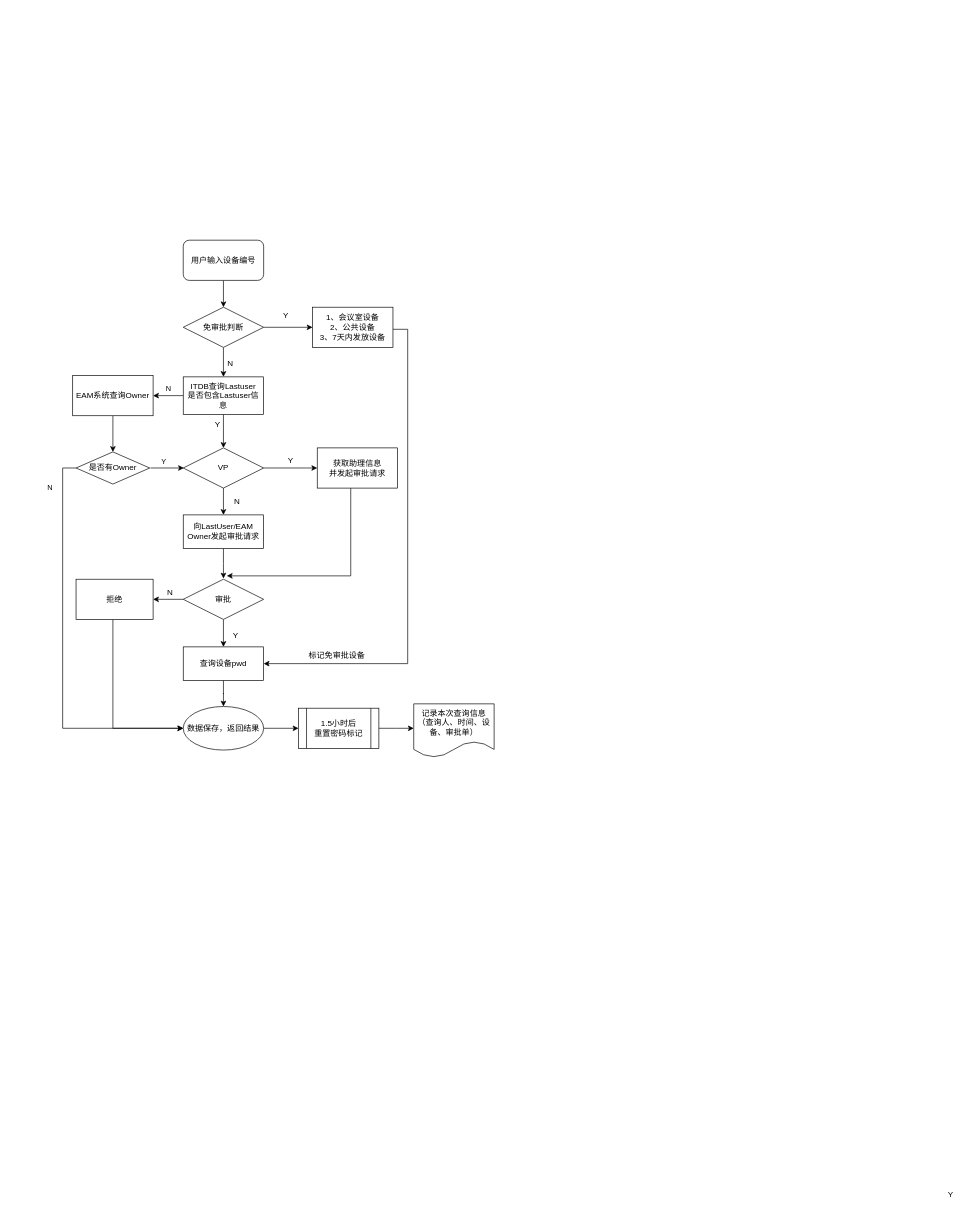
Earlier version of the draw.io diagram Laps xmind.drawio (heaquan/xmind). Source tidied: cells renumbered, new cells numbered last; positions are measured from the earlier drawing's top-left corner, leaving out a move shared by most shapes. Both pictures are drawn from the tidied source at 67%, with x=0, y=0 at pixel (62, 240).
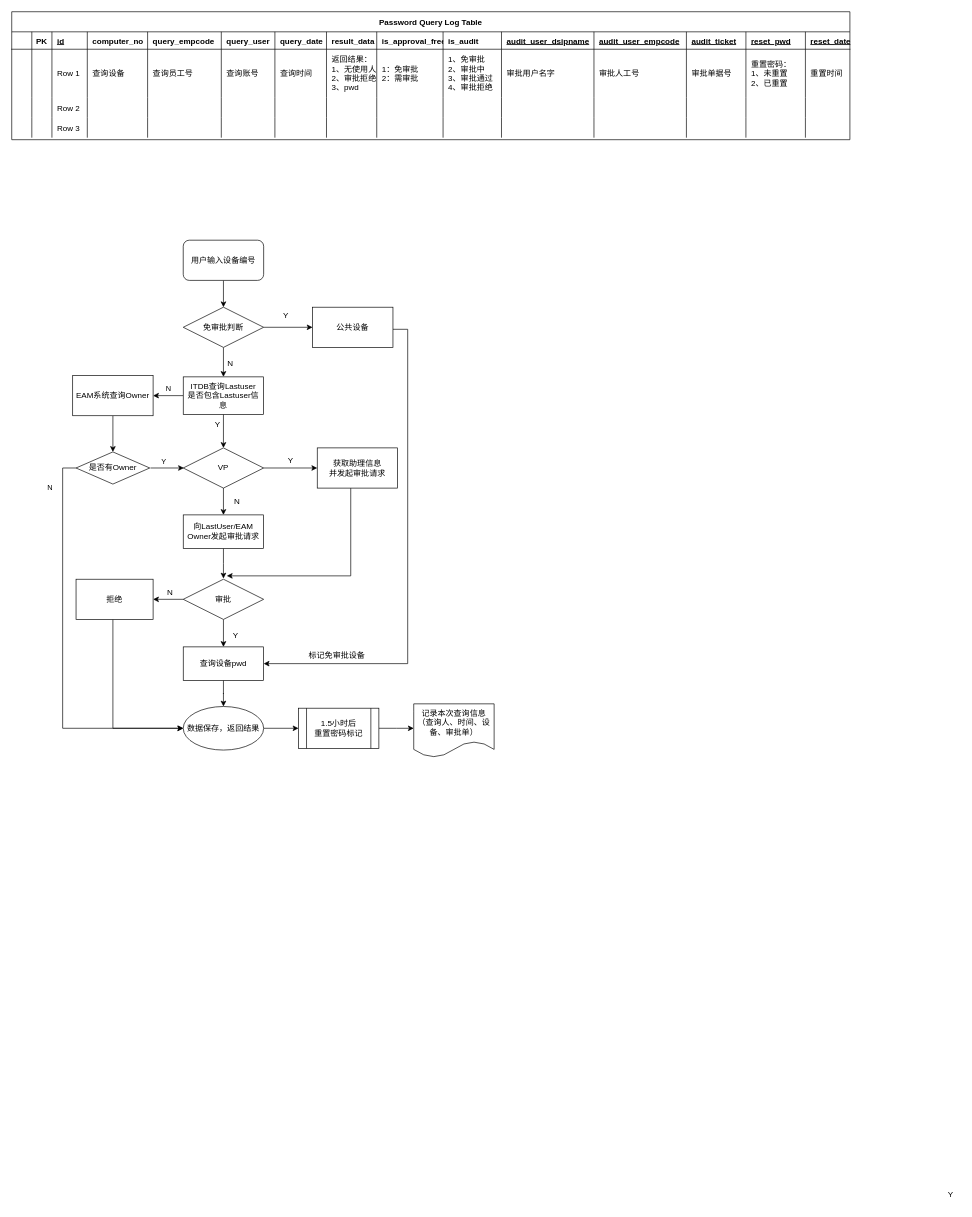
After the change.

Diff of the diagram source:
```diff
@@
-    <mxCell id="8" value="1、会议室设备&lt;br&gt;2、公共设备&lt;br&gt;3、7天内发放设备" style="whiteSpace=wrap;html=1;" parent="1" vertex="1">
+    <mxCell id="8" value="公共设备" style="whiteSpace=wrap;html=1;" parent="1" vertex="1">
       <mxGeometry x="373" y="100" width="120" height="60" as="geometry" />
     </mxCell>
@@
+    <mxCell id="47" value="Password Query Log Table" style="shape=table;startSize=30;childLayout=tableLayout;rowLines=0;fontStyle=1;align=center;" parent="1" vertex="1">
+      <mxGeometry x="-76" y="-341" width="1251" height="191" as="geometry" />
+    </mxCell>
+    <mxCell id="48" style="shape=tableRow;horizontal=0;startSize=0;swimlaneHead=0;swimlaneBody=0;fillColor=none;top=0;left=0;right=0;bottom=1;" parent="47" vertex="1">
+      <mxGeometry y="30" width="1251" height="26" as="geometry" />
+    </mxCell>
+    <mxCell id="49" style="shape=partialRectangle;fillColor=none;top=0;left=0;bottom=0;right=0;fontStyle=1;overflow=hidden;" parent="48" vertex="1">
+      <mxGeometry width="30" height="26" as="geometry" />
+    </mxCell>
+    <mxCell id="50" value="PK" style="shape=partialRectangle;fillColor=none;top=0;left=0;bottom=0;right=0;fontStyle=1;overflow=hidden;" parent="48" vertex="1">
+      <mxGeometry x="30" width="30" height="26" as="geometry" />
+    </mxCell>
+    <mxCell id="51" value="id" style="shape=partialRectangle;fillColor=none;top=0;left=0;bottom=0;right=0;align=left;spacingLeft=6;fontStyle=5;overflow=hidden;" parent="48" vertex="1">
+      <mxGeometry x="60" width="52.8" height="26" as="geometry" />
+    </mxCell>
+    <mxCell id="52" value="computer_no" style="shape=partialRectangle;fillColor=none;top=0;left=0;bottom=0;right=0;align=left;spacingLeft=6;fontStyle=1;overflow=hidden;" parent="48" vertex="1">
+      <mxGeometry x="112.8" width="90" height="26" as="geometry" />
+    </mxCell>
+    <mxCell id="53" value="query_empcode" style="shape=partialRectangle;fillColor=none;top=0;left=0;bottom=0;right=0;align=left;spacingLeft=6;fontStyle=1;overflow=hidden;" parent="48" vertex="1">
+      <mxGeometry x="202.8" width="110" height="26" as="geometry" />
+    </mxCell>
+    <mxCell id="54" value="query_user" style="shape=partialRectangle;fillColor=none;top=0;left=0;bottom=0;right=0;align=left;spacingLeft=6;fontStyle=1;overflow=hidden;" parent="48" vertex="1">
+      <mxGeometry x="312.8" width="80" height="26" as="geometry" />
+    </mxCell>
+    <mxCell id="55" value="query_date" style="shape=partialRectangle;fillColor=none;top=0;left=0;bottom=0;right=0;align=left;spacingLeft=6;fontStyle=1;overflow=hidden;" parent="48" vertex="1">
+      <mxGeometry x="392.8" width="77" height="26" as="geometry" />
+    </mxCell>
+    <mxCell id="56" value="result_data" style="shape=partialRectangle;fillColor=none;top=0;left=0;bottom=0;right=0;align=left;spacingLeft=6;fontStyle=1;overflow=hidden;" parent="48" vertex="1">
+      <mxGeometry x="469.8" width="75" height="26" as="geometry" />
+    </mxCell>
+    <mxCell id="57" value="is_approval_free" style="shape=partialRectangle;fillColor=none;top=0;left=0;bottom=0;right=0;align=left;spacingLeft=6;fontStyle=1;overflow=hidden;" parent="48" vertex="1">
+      <mxGeometry x="544.8" width="99" height="26" as="geometry" />
+    </mxCell>
+    <mxCell id="58" value="is_audit" style="shape=partialRectangle;fillColor=none;top=0;left=0;bottom=0;right=0;align=left;spacingLeft=6;fontStyle=1;overflow=hidden;" parent="48" vertex="1">
+      <mxGeometry x="643.8" width="87.2" height="26" as="geometry" />
+    </mxCell>
+    <mxCell id="59" value="audit_user_dsipname" style="shape=partialRectangle;fillColor=none;top=0;left=0;bottom=0;right=0;align=left;spacingLeft=6;fontStyle=5;overflow=hidden;" parent="48" vertex="1">
+      <mxGeometry x="731" width="138" height="26" as="geometry" />
+    </mxCell>
+    <mxCell id="60" value="audit_user_empcode" style="shape=partialRectangle;fillColor=none;top=0;left=0;bottom=0;right=0;align=left;spacingLeft=6;fontStyle=5;overflow=hidden;" parent="48" vertex="1">
+      <mxGeometry x="869" width="138" height="26" as="geometry" />
+    </mxCell>
+    <mxCell id="61" value="audit_ticket" style="shape=partialRectangle;fillColor=none;top=0;left=0;bottom=0;right=0;align=left;spacingLeft=6;fontStyle=5;overflow=hidden;" parent="48" vertex="1">
+      <mxGeometry x="1007" width="88.8" height="26" as="geometry" />
+    </mxCell>
+    <mxCell id="62" value="reset_pwd" style="shape=partialRectangle;fillColor=none;top=0;left=0;bottom=0;right=0;align=left;spacingLeft=6;fontStyle=5;overflow=hidden;" parent="48" vertex="1">
+      <mxGeometry x="1095.8" width="88.8" height="26" as="geometry" />
+    </mxCell>
+    <mxCell id="63" value="reset_date" style="shape=partialRectangle;fillColor=none;top=0;left=0;bottom=0;right=0;align=left;spacingLeft=6;fontStyle=5;overflow=hidden;" parent="48" vertex="1">
+      <mxGeometry x="1184.5" width="66.5" height="26" as="geometry" />
+    </mxCell>
+    <mxCell id="64" style="shape=tableRow;horizontal=0;startSize=0;swimlaneHead=0;swimlaneBody=0;fillColor=none;top=0;left=0;right=0;bottom=0;" parent="47" vertex="1">
+      <mxGeometry y="56" width="1251" height="72" as="geometry" />
+    </mxCell>
+    <mxCell id="65" style="shape=partialRectangle;fillColor=none;top=0;left=0;bottom=0;right=0;overflow=hidden;" parent="64" vertex="1">
+      <mxGeometry width="30" height="72" as="geometry" />
+    </mxCell>
+    <mxCell id="66" style="shape=partialRectangle;fillColor=none;top=0;left=0;bottom=0;right=0;overflow=hidden;" parent="64" vertex="1">
+      <mxGeometry x="30" width="30" height="72" as="geometry" />
+    </mxCell>
+    <mxCell id="67" value="Row 1" style="shape=partialRectangle;fillColor=none;top=0;left=0;bottom=0;right=0;align=left;spacingLeft=6;overflow=hidden;" parent="64" vertex="1">
+      <mxGeometry x="60" width="52.8" height="72" as="geometry" />
+    </mxCell>
+    <mxCell id="68" value="查询设备" style="shape=partialRectangle;fillColor=none;top=0;left=0;bottom=0;right=0;align=left;spacingLeft=6;overflow=hidden;" parent="64" vertex="1">
+      <mxGeometry x="112.8" width="90" height="72" as="geometry" />
+    </mxCell>
+    <mxCell id="69" value="查询员工号        " style="shape=partialRectangle;fillColor=none;top=0;left=0;bottom=0;right=0;align=left;spacingLeft=6;overflow=hidden;" parent="64" vertex="1">
+      <mxGeometry x="202.8" width="110" height="72" as="geometry" />
+    </mxCell>
+    <mxCell id="70" value="查询账号" style="shape=partialRectangle;fillColor=none;top=0;left=0;bottom=0;right=0;align=left;spacingLeft=6;overflow=hidden;" parent="64" vertex="1">
+      <mxGeometry x="312.8" width="80" height="72" as="geometry" />
+    </mxCell>
+    <mxCell id="71" value="查询时间" style="shape=partialRectangle;fillColor=none;top=0;left=0;bottom=0;right=0;align=left;spacingLeft=6;overflow=hidden;" parent="64" vertex="1">
+      <mxGeometry x="392.8" width="77" height="72" as="geometry" />
+    </mxCell>
+    <mxCell id="72" value="返回结果：&#10;1、无使用人&#10;2、审批拒绝&#10;3、pwd" style="shape=partialRectangle;fillColor=none;top=0;left=0;bottom=0;right=0;align=left;spacingLeft=6;overflow=hidden;" parent="64" vertex="1">
+      <mxGeometry x="469.8" width="75" height="72" as="geometry" />
+    </mxCell>
+    <mxCell id="73" value="1：免审批&#10;2：需审批" style="shape=partialRectangle;fillColor=none;top=0;left=0;bottom=0;right=0;align=left;spacingLeft=6;overflow=hidden;" parent="64" vertex="1">
+      <mxGeometry x="544.8" width="99" height="72" as="geometry" />
+    </mxCell>
+    <mxCell id="74" value="1、免审批&#10;2、审批中&#10;3、审批通过&#10;4、审批拒绝" style="shape=partialRectangle;fillColor=none;top=0;left=0;bottom=0;right=0;align=left;spacingLeft=6;overflow=hidden;" parent="64" vertex="1">
+      <mxGeometry x="643.8" width="87.2" height="72" as="geometry" />
+    </mxCell>
+    <mxCell id="75" value="审批用户名字" style="shape=partialRectangle;fillColor=none;top=0;left=0;bottom=0;right=0;align=left;spacingLeft=6;overflow=hidden;" parent="64" vertex="1">
+      <mxGeometry x="731" width="138" height="72" as="geometry" />
+    </mxCell>
+    <mxCell id="76" value="审批人工号" style="shape=partialRectangle;fillColor=none;top=0;left=0;bottom=0;right=0;align=left;spacingLeft=6;overflow=hidden;" parent="64" vertex="1">
+      <mxGeometry x="869" width="138" height="72" as="geometry" />
+    </mxCell>
+    <mxCell id="77" value="审批单据号" style="shape=partialRectangle;fillColor=none;top=0;left=0;bottom=0;right=0;align=left;spacingLeft=6;overflow=hidden;" parent="64" vertex="1">
+      <mxGeometry x="1007" width="88.8" height="72" as="geometry" />
+    </mxCell>
+    <mxCell id="78" value="重置密码：&#10;1、未重置&#10;2、已重置" style="shape=partialRectangle;fillColor=none;top=0;left=0;bottom=0;right=0;align=left;spacingLeft=6;overflow=hidden;" parent="64" vertex="1">
+      <mxGeometry x="1095.8" width="88.8" height="72" as="geometry" />
+    </mxCell>
+    <mxCell id="79" value="重置时间" style="shape=partialRectangle;fillColor=none;top=0;left=0;bottom=0;right=0;align=left;spacingLeft=6;overflow=hidden;" parent="64" vertex="1">
+      <mxGeometry x="1184.5" width="66.5" height="72" as="geometry" />
+    </mxCell>
+    <mxCell id="80" style="shape=tableRow;horizontal=0;startSize=0;swimlaneHead=0;swimlaneBody=0;fillColor=none;top=0;left=0;right=0;bottom=0;" parent="47" vertex="1">
+      <mxGeometry y="128" width="1251" height="30" as="geometry" />
+    </mxCell>
+    <mxCell id="81" style="shape=partialRectangle;fillColor=none;top=0;left=0;bottom=0;right=0;overflow=hidden;" parent="80" vertex="1">
+      <mxGeometry width="30" height="30" as="geometry" />
+    </mxCell>
+    <mxCell id="82" style="shape=partialRectangle;fillColor=none;top=0;left=0;bottom=0;right=0;overflow=hidden;" parent="80" vertex="1">
+      <mxGeometry x="30" width="30" height="30" as="geometry" />
+    </mxCell>
+    <mxCell id="83" value="Row 2" style="shape=partialRectangle;fillColor=none;top=0;left=0;bottom=0;right=0;align=left;spacingLeft=6;overflow=hidden;" parent="80" vertex="1">
+      <mxGeometry x="60" width="52.8" height="30" as="geometry" />
+    </mxCell>
+    <mxCell id="84" style="shape=partialRectangle;fillColor=none;top=0;left=0;bottom=0;right=0;align=left;spacingLeft=6;overflow=hidden;" parent="80" vertex="1">
+      <mxGeometry x="112.8" width="90" height="30" as="geometry" />
+    </mxCell>
+    <mxCell id="85" style="shape=partialRectangle;fillColor=none;top=0;left=0;bottom=0;right=0;align=left;spacingLeft=6;overflow=hidden;" parent="80" vertex="1">
+      <mxGeometry x="202.8" width="110" height="30" as="geometry" />
+    </mxCell>
+    <mxCell id="86" style="shape=partialRectangle;fillColor=none;top=0;left=0;bottom=0;right=0;align=left;spacingLeft=6;overflow=hidden;" parent="80" vertex="1">
+      <mxGeometry x="312.8" width="80" height="30" as="geometry" />
+    </mxCell>
+    <mxCell id="87" style="shape=partialRectangle;fillColor=none;top=0;left=0;bottom=0;right=0;align=left;spacingLeft=6;overflow=hidden;" parent="80" vertex="1">
+      <mxGeometry x="392.8" width="77" height="30" as="geometry" />
+    </mxCell>
+    <mxCell id="88" style="shape=partialRectangle;fillColor=none;top=0;left=0;bottom=0;right=0;align=left;spacingLeft=6;overflow=hidden;" parent="80" vertex="1">
+      <mxGeometry x="469.8" width="75" height="30" as="geometry" />
+    </mxCell>
+    <mxCell id="89" style="shape=partialRectangle;fillColor=none;top=0;left=0;bottom=0;right=0;align=left;spacingLeft=6;overflow=hidden;" parent="80" vertex="1">
+      <mxGeometry x="544.8" width="99" height="30" as="geometry" />
+    </mxCell>
+    <mxCell id="90" style="shape=partialRectangle;fillColor=none;top=0;left=0;bottom=0;right=0;align=left;spacingLeft=6;overflow=hidden;" parent="80" vertex="1">
+      <mxGeometry x="643.8" width="87.2" height="30" as="geometry" />
+    </mxCell>
+    <mxCell id="91" style="shape=partialRectangle;fillColor=none;top=0;left=0;bottom=0;right=0;align=left;spacingLeft=6;overflow=hidden;" parent="80" vertex="1">
+      <mxGeometry x="731" width="138" height="30" as="geometry" />
+    </mxCell>
+    <mxCell id="92" style="shape=partialRectangle;fillColor=none;top=0;left=0;bottom=0;right=0;align=left;spacingLeft=6;overflow=hidden;" parent="80" vertex="1">
+      <mxGeometry x="869" width="138" height="30" as="geometry" />
+    </mxCell>
+    <mxCell id="93" style="shape=partialRectangle;fillColor=none;top=0;left=0;bottom=0;right=0;align=left;spacingLeft=6;overflow=hidden;" parent="80" vertex="1">
+      <mxGeometry x="1007" width="88.8" height="30" as="geometry" />
+    </mxCell>
+    <mxCell id="94" style="shape=partialRectangle;fillColor=none;top=0;left=0;bottom=0;right=0;align=left;spacingLeft=6;overflow=hidden;" parent="80" vertex="1">
+      <mxGeometry x="1095.8" width="88.8" height="30" as="geometry" />
+    </mxCell>
+    <mxCell id="95" style="shape=partialRectangle;fillColor=none;top=0;left=0;bottom=0;right=0;align=left;spacingLeft=6;overflow=hidden;" parent="80" vertex="1">
+      <mxGeometry x="1184.5" width="66.5" height="30" as="geometry" />
+    </mxCell>
+    <mxCell id="96" style="shape=tableRow;horizontal=0;startSize=0;swimlaneHead=0;swimlaneBody=0;fillColor=none;top=0;left=0;right=0;bottom=0;" parent="47" vertex="1">
+      <mxGeometry y="158" width="1251" height="30" as="geometry" />
+    </mxCell>
+    <mxCell id="97" style="shape=partialRectangle;fillColor=none;top=0;left=0;bottom=0;right=0;overflow=hidden;" parent="96" vertex="1">
+      <mxGeometry width="30" height="30" as="geometry" />
+    </mxCell>
+    <mxCell id="98" style="shape=partialRectangle;fillColor=none;top=0;left=0;bottom=0;right=0;overflow=hidden;" parent="96" vertex="1">
+      <mxGeometry x="30" width="30" height="30" as="geometry" />
+    </mxCell>
+    <mxCell id="99" value="Row 3" style="shape=partialRectangle;fillColor=none;top=0;left=0;bottom=0;right=0;align=left;spacingLeft=6;overflow=hidden;" parent="96" vertex="1">
+      <mxGeometry x="60" width="52.8" height="30" as="geometry" />
+    </mxCell>
+    <mxCell id="100" style="shape=partialRectangle;fillColor=none;top=0;left=0;bottom=0;right=0;align=left;spacingLeft=6;overflow=hidden;" parent="96" vertex="1">
+      <mxGeometry x="112.8" width="90" height="30" as="geometry" />
+    </mxCell>
+    <mxCell id="101" style="shape=partialRectangle;fillColor=none;top=0;left=0;bottom=0;right=0;align=left;spacingLeft=6;overflow=hidden;" parent="96" vertex="1">
+      <mxGeometry x="202.8" width="110" height="30" as="geometry" />
+    </mxCell>
+    <mxCell id="102" style="shape=partialRectangle;fillColor=none;top=0;left=0;bottom=0;right=0;align=left;spacingLeft=6;overflow=hidden;" parent="96" vertex="1">
+      <mxGeometry x="312.8" width="80" height="30" as="geometry" />
+    </mxCell>
+    <mxCell id="103" style="shape=partialRectangle;fillColor=none;top=0;left=0;bottom=0;right=0;align=left;spacingLeft=6;overflow=hidden;" parent="96" vertex="1">
+      <mxGeometry x="392.8" width="77" height="30" as="geometry" />
+    </mxCell>
+    <mxCell id="104" style="shape=partialRectangle;fillColor=none;top=0;left=0;bottom=0;right=0;align=left;spacingLeft=6;overflow=hidden;" parent="96" vertex="1">
+      <mxGeometry x="469.8" width="75" height="30" as="geometry" />
+    </mxCell>
+    <mxCell id="105" style="shape=partialRectangle;fillColor=none;top=0;left=0;bottom=0;right=0;align=left;spacingLeft=6;overflow=hidden;" parent="96" vertex="1">
+      <mxGeometry x="544.8" width="99" height="30" as="geometry" />
+    </mxCell>
+    <mxCell id="106" style="shape=partialRectangle;fillColor=none;top=0;left=0;bottom=0;right=0;align=left;spacingLeft=6;overflow=hidden;" parent="96" vertex="1">
+      <mxGeometry x="643.8" width="87.2" height="30" as="geometry" />
+    </mxCell>
+    <mxCell id="107" style="shape=partialRectangle;fillColor=none;top=0;left=0;bottom=0;right=0;align=left;spacingLeft=6;overflow=hidden;" parent="96" vertex="1">
+      <mxGeometry x="731" width="138" height="30" as="geometry" />
+    </mxCell>
+    <mxCell id="108" style="shape=partialRectangle;fillColor=none;top=0;left=0;bottom=0;right=0;align=left;spacingLeft=6;overflow=hidden;" parent="96" vertex="1">
+      <mxGeometry x="869" width="138" height="30" as="geometry" />
+    </mxCell>
+    <mxCell id="109" style="shape=partialRectangle;fillColor=none;top=0;left=0;bottom=0;right=0;align=left;spacingLeft=6;overflow=hidden;" parent="96" vertex="1">
+      <mxGeometry x="1007" width="88.8" height="30" as="geometry" />
+    </mxCell>
+    <mxCell id="110" style="shape=partialRectangle;fillColor=none;top=0;left=0;bottom=0;right=0;align=left;spacingLeft=6;overflow=hidden;" parent="96" vertex="1">
+      <mxGeometry x="1095.8" width="88.8" height="30" as="geometry" />
+    </mxCell>
+    <mxCell id="111" style="shape=partialRectangle;fillColor=none;top=0;left=0;bottom=0;right=0;align=left;spacingLeft=6;overflow=hidden;" parent="96" vertex="1">
+      <mxGeometry x="1184.5" width="66.5" height="30" as="geometry" />
+    </mxCell>
```
